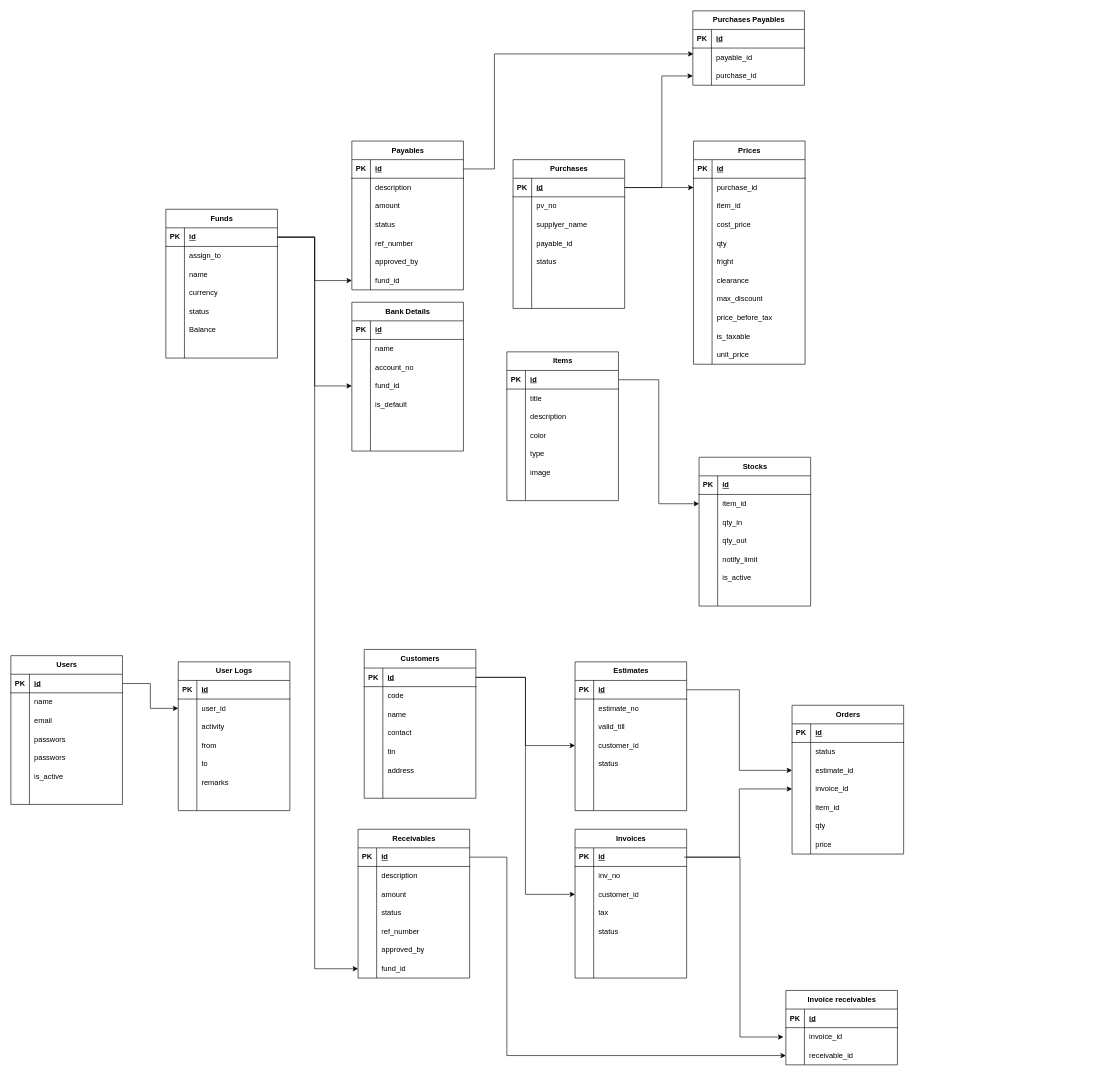
This is Untitled Diagram.drawio from RILBERRY/wbs, a draw.io file, before an edit. Source tidied: cells renumbered, new cells numbered last; positions are measured from the earlier drawing's top-left corner, leaving out a move shared by most shapes. Both pictures are drawn from the tidied source at 62%, with x=0, y=0 at pixel (11, 11).
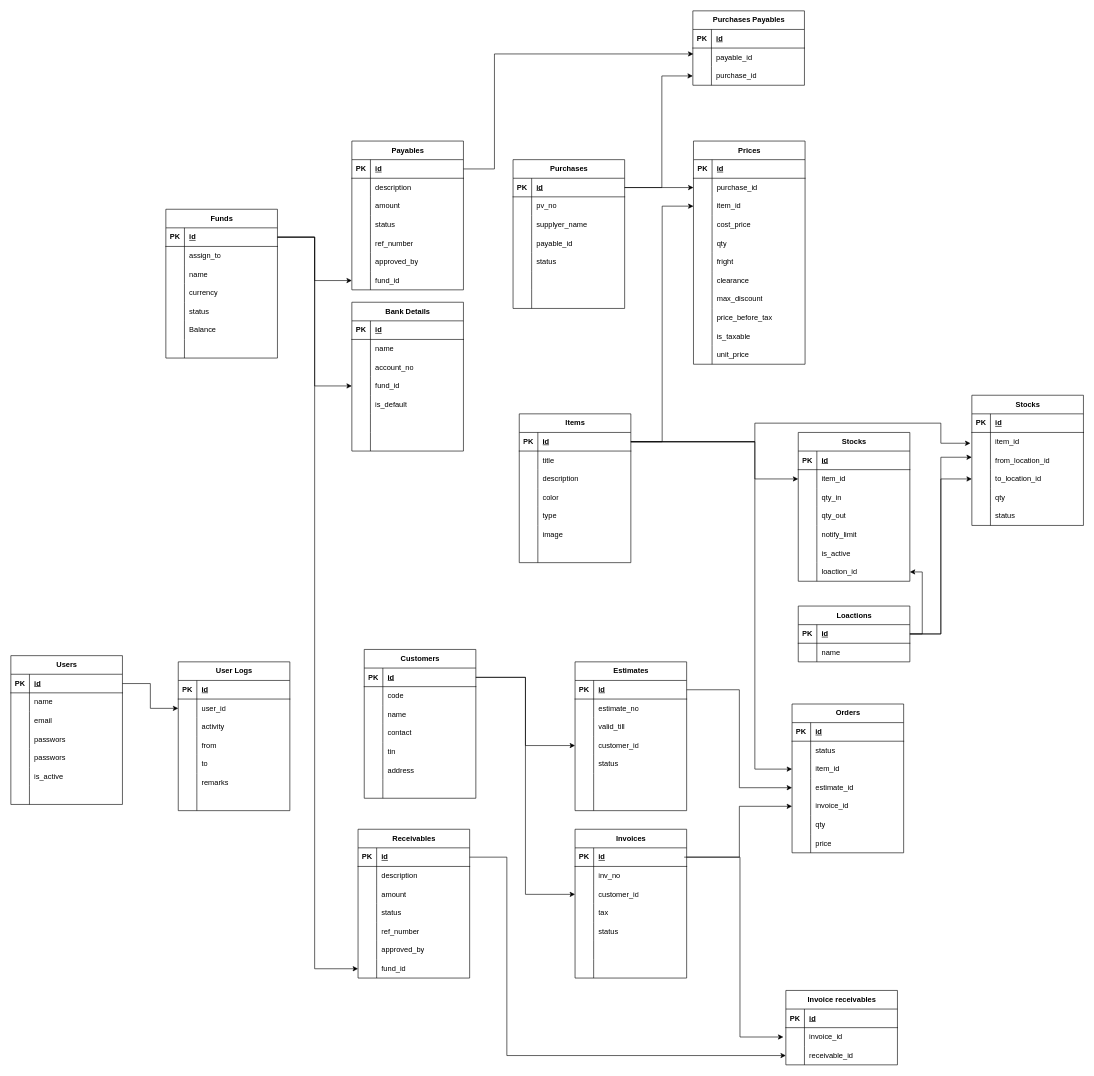
The same page after the edit.

The change refers to these unchanged cells:
```xml
<mxCell id="47" style="shape=tableRow;horizontal=0;startSize=0;swimlaneHead=0;swimlaneBody=0;fillColor=none;points=[[0,0.5],[1,0.5]];portConstraint=eastwest;top=0;left=0;right=0;bottom=1;" parent="46" vertex="1">
  <mxGeometry y="30" width="180" height="30" as="geometry" />
</mxCell>
<mxCell id="119" style="shape=tableRow;horizontal=0;startSize=0;swimlaneHead=0;swimlaneBody=0;fillColor=none;points=[[0,0.5],[1,0.5]];portConstraint=eastwest;top=0;left=0;right=0;bottom=0;" parent="112" vertex="1">
  <mxGeometry y="90" width="180" height="30" as="geometry" />
</mxCell>
<mxCell id="238" style="shape=tableRow;horizontal=0;startSize=0;swimlaneHead=0;swimlaneBody=0;fillColor=none;points=[[0,0.5],[1,0.5]];portConstraint=eastwest;top=0;left=0;right=0;bottom=0;" parent="234" vertex="1">
  <mxGeometry y="60" width="180" height="30" as="geometry" />
</mxCell>
<mxCell id="253" style="shape=tableRow;horizontal=0;startSize=0;swimlaneHead=0;swimlaneBody=0;fillColor=none;points=[[0,0.5],[1,0.5]];portConstraint=eastwest;top=0;left=0;right=0;bottom=0;" parent="234" vertex="1">
  <mxGeometry y="210" width="180" height="30" as="geometry" />
</mxCell>
```

The edit, as a diff of the source:
```diff
@@
     <mxCell id="46" value="Items" style="shape=table;startSize=30;childLayout=tableLayout;rowLines=0;fontStyle=1;align=center;html=1;" parent="1" vertex="1">
-      <mxGeometry x="800" y="550" width="180" height="240" as="geometry" />
+      <mxGeometry x="820" y="650" width="180" height="240" as="geometry" />
     </mxCell>
@@
     <mxCell id="212" value="Orders" style="shape=table;startSize=30;childLayout=tableLayout;rowLines=0;fontStyle=1;align=center;html=1;" parent="1" vertex="1">
-      <mxGeometry x="1260" y="1120" width="180" height="240" as="geometry" />
+      <mxGeometry x="1260" y="1118" width="180" height="240" as="geometry" />
     </mxCell>
@@
+    <mxCell id="225" style="shape=tableRow;horizontal=0;startSize=0;swimlaneHead=0;swimlaneBody=0;fillColor=none;points=[[0,0.5],[1,0.5]];portConstraint=eastwest;top=0;left=0;right=0;bottom=0;" parent="212" vertex="1">
+      <mxGeometry y="90" width="180" height="30" as="geometry" />
+    </mxCell>
+    <mxCell id="226" style="shape=partialRectangle;fillColor=none;top=0;left=0;bottom=0;right=0;overflow=hidden;whiteSpace=wrap;html=1;" parent="225" vertex="1">
+      <mxGeometry width="30" height="30" as="geometry" />
+    </mxCell>
+    <mxCell id="227" value="item_id" style="shape=partialRectangle;fillColor=none;top=0;left=0;bottom=0;right=0;align=left;spacingLeft=6;overflow=hidden;whiteSpace=wrap;html=1;" parent="225" vertex="1">
+      <mxGeometry x="30" width="150" height="30" as="geometry" />
+    </mxCell>
     <mxCell id="219" style="shape=tableRow;horizontal=0;startSize=0;swimlaneHead=0;swimlaneBody=0;fillColor=none;points=[[0,0.5],[1,0.5]];portConstraint=eastwest;top=0;left=0;right=0;bottom=0;" parent="212" vertex="1">
-      <mxGeometry y="90" width="180" height="30" as="geometry" />
+      <mxGeometry y="120" width="180" height="30" as="geometry" />
     </mxCell>
@@
     <mxCell id="222" style="shape=tableRow;horizontal=0;startSize=0;swimlaneHead=0;swimlaneBody=0;fillColor=none;points=[[0,0.5],[1,0.5]];portConstraint=eastwest;top=0;left=0;right=0;bottom=0;" parent="212" vertex="1">
-      <mxGeometry y="120" width="180" height="30" as="geometry" />
+      <mxGeometry y="150" width="180" height="30" as="geometry" />
     </mxCell>
@@
-    <mxCell id="225" style="shape=tableRow;horizontal=0;startSize=0;swimlaneHead=0;swimlaneBody=0;fillColor=none;points=[[0,0.5],[1,0.5]];portConstraint=eastwest;top=0;left=0;right=0;bottom=0;" parent="212" vertex="1">
-      <mxGeometry y="150" width="180" height="30" as="geometry" />
-    </mxCell>
-    <mxCell id="226" style="shape=partialRectangle;fillColor=none;top=0;left=0;bottom=0;right=0;overflow=hidden;whiteSpace=wrap;html=1;" parent="225" vertex="1">
-      <mxGeometry width="30" height="30" as="geometry" />
-    </mxCell>
-    <mxCell id="227" value="item_id" style="shape=partialRectangle;fillColor=none;top=0;left=0;bottom=0;right=0;align=left;spacingLeft=6;overflow=hidden;whiteSpace=wrap;html=1;" parent="225" vertex="1">
-      <mxGeometry x="30" width="150" height="30" as="geometry" />
-    </mxCell>
@@
     <mxCell id="234" value="Stocks" style="shape=table;startSize=30;childLayout=tableLayout;rowLines=0;fontStyle=1;align=center;html=1;" parent="1" vertex="1">
-      <mxGeometry x="1110" y="720" width="180" height="240" as="geometry" />
+      <mxGeometry x="1270" y="680" width="180" height="240" as="geometry" />
     </mxCell>
@@
-    <mxCell id="255" style="shape=partialRectangle;fillColor=none;top=0;left=0;bottom=0;right=0;align=left;spacingLeft=6;overflow=hidden;whiteSpace=wrap;html=1;" parent="253" vertex="1">
+    <mxCell id="255" value="loaction_id" style="shape=partialRectangle;fillColor=none;top=0;left=0;bottom=0;right=0;align=left;spacingLeft=6;overflow=hidden;whiteSpace=wrap;html=1;" parent="253" vertex="1">
       <mxGeometry x="30" width="150" height="30" as="geometry" />
     </mxCell>
@@
     <mxCell id="283" style="edgeStyle=orthogonalEdgeStyle;rounded=0;jettySize=auto;html=1;exitX=1;exitY=0.5;exitDx=0;exitDy=0;" parent="1" edge="1" source="47" target="238">
-      <mxGeometry relative="1" as="geometry" />
+      <mxGeometry relative="1" as="geometry">
+        <Array as="points">
+          <mxPoint x="1200" y="695" />
+          <mxPoint x="1200" y="755" />
+        </Array>
+      </mxGeometry>
     </mxCell>
@@
+    <mxCell id="356" style="edgeStyle=orthogonalEdgeStyle;rounded=0;jettySize=auto;html=1;exitX=1;exitY=0.5;exitDx=0;exitDy=0;entryX=0;entryY=0.5;entryDx=0;entryDy=0;" parent="1" edge="1" source="47" target="119">
+      <mxGeometry relative="1" as="geometry" />
+    </mxCell>
+    <mxCell id="357" style="edgeStyle=orthogonalEdgeStyle;rounded=0;jettySize=auto;html=1;exitX=1;exitY=0.5;exitDx=0;exitDy=0;entryX=0;entryY=0.5;entryDx=0;entryDy=0;" parent="1" edge="1" source="47" target="225">
+      <mxGeometry relative="1" as="geometry">
+        <Array as="points">
+          <mxPoint x="1200" y="695" />
+          <mxPoint x="1200" y="1223" />
+        </Array>
+      </mxGeometry>
+    </mxCell>
+    <mxCell id="358" value="Loactions" style="shape=table;startSize=30;childLayout=tableLayout;rowLines=0;fontStyle=1;align=center;html=1;" parent="1" vertex="1">
+      <mxGeometry x="1270" y="960" width="180" height="90" as="geometry" />
+    </mxCell>
+    <mxCell id="359" style="shape=tableRow;horizontal=0;startSize=0;swimlaneHead=0;swimlaneBody=0;fillColor=none;points=[[0,0.5],[1,0.5]];portConstraint=eastwest;top=0;left=0;right=0;bottom=1;" parent="358" vertex="1">
+      <mxGeometry y="30" width="180" height="30" as="geometry" />
+    </mxCell>
+    <mxCell id="360" value="PK" style="shape=partialRectangle;fillColor=none;top=0;left=0;bottom=0;right=0;fontStyle=1;overflow=hidden;whiteSpace=wrap;html=1;" parent="359" vertex="1">
+      <mxGeometry width="30" height="30" as="geometry" />
+    </mxCell>
+    <mxCell id="361" value="id" style="shape=partialRectangle;fillColor=none;top=0;left=0;bottom=0;right=0;align=left;spacingLeft=6;fontStyle=5;overflow=hidden;whiteSpace=wrap;html=1;" parent="359" vertex="1">
+      <mxGeometry x="30" width="150" height="30" as="geometry" />
+    </mxCell>
+    <mxCell id="362" style="shape=tableRow;horizontal=0;startSize=0;swimlaneHead=0;swimlaneBody=0;fillColor=none;top=0;left=0;right=0;bottom=0;" parent="358" vertex="1">
+      <mxGeometry y="60" width="180" height="30" as="geometry" />
+    </mxCell>
+    <mxCell id="363" style="shape=partialRectangle;fillColor=none;top=0;left=0;bottom=0;right=0;overflow=hidden;whiteSpace=wrap;html=1;" parent="362" vertex="1">
+      <mxGeometry width="30" height="30" as="geometry" />
+    </mxCell>
+    <mxCell id="364" value="name&lt;span style=&quot;white-space: pre;&quot;&gt;&#9;&lt;/span&gt;&lt;span style=&quot;white-space: pre;&quot;&gt;&#9;&lt;/span&gt;" style="shape=partialRectangle;fillColor=none;top=0;left=0;bottom=0;right=0;align=left;spacingLeft=6;overflow=hidden;whiteSpace=wrap;html=1;" parent="362" vertex="1">
+      <mxGeometry x="30" width="150" height="30" as="geometry" />
+    </mxCell>
+    <mxCell id="365" style="edgeStyle=orthogonalEdgeStyle;rounded=0;jettySize=auto;html=1;exitX=1;exitY=0.5;exitDx=0;exitDy=0;entryX=1;entryY=0.5;entryDx=0;entryDy=0;" parent="1" edge="1" source="359" target="253">
+      <mxGeometry relative="1" as="geometry" />
+    </mxCell>
+    <mxCell id="366" value="Stocks" style="shape=table;startSize=30;childLayout=tableLayout;rowLines=0;fontStyle=1;align=center;html=1;" parent="1" vertex="1">
+      <mxGeometry x="1550" y="620" width="180" height="210" as="geometry" />
+    </mxCell>
+    <mxCell id="367" style="shape=tableRow;horizontal=0;startSize=0;swimlaneHead=0;swimlaneBody=0;fillColor=none;top=0;left=0;right=0;bottom=1;" parent="366" vertex="1">
+      <mxGeometry y="30" width="180" height="30" as="geometry" />
+    </mxCell>
+    <mxCell id="368" value="PK" style="shape=partialRectangle;fillColor=none;top=0;left=0;bottom=0;right=0;fontStyle=1;overflow=hidden;whiteSpace=wrap;html=1;" parent="367" vertex="1">
+      <mxGeometry width="30" height="30" as="geometry" />
+    </mxCell>
+    <mxCell id="369" value="id" style="shape=partialRectangle;fillColor=none;top=0;left=0;bottom=0;right=0;align=left;spacingLeft=6;fontStyle=5;overflow=hidden;whiteSpace=wrap;html=1;" parent="367" vertex="1">
+      <mxGeometry x="30" width="150" height="30" as="geometry" />
+    </mxCell>
+    <mxCell id="370" style="shape=tableRow;horizontal=0;startSize=0;swimlaneHead=0;swimlaneBody=0;fillColor=none;points=[[0,0.5],[1,0.5]];portConstraint=eastwest;top=0;left=0;right=0;bottom=0;" parent="366" vertex="1">
+      <mxGeometry y="60" width="180" height="30" as="geometry" />
+    </mxCell>
+    <mxCell id="371" style="shape=partialRectangle;fillColor=none;top=0;left=0;bottom=0;right=0;overflow=hidden;whiteSpace=wrap;html=1;" parent="370" vertex="1">
+      <mxGeometry width="30" height="30" as="geometry" />
+    </mxCell>
+    <mxCell id="372" value="item_id" style="shape=partialRectangle;fillColor=none;top=0;left=0;bottom=0;right=0;align=left;spacingLeft=6;overflow=hidden;whiteSpace=wrap;html=1;" parent="370" vertex="1">
+      <mxGeometry x="30" width="150" height="30" as="geometry" />
+    </mxCell>
+    <mxCell id="373" style="shape=tableRow;horizontal=0;startSize=0;swimlaneHead=0;swimlaneBody=0;fillColor=none;points=[[0,0.5],[1,0.5]];portConstraint=eastwest;top=0;left=0;right=0;bottom=0;" parent="366" vertex="1">
+      <mxGeometry y="90" width="180" height="30" as="geometry" />
+    </mxCell>
+    <mxCell id="374" style="shape=partialRectangle;fillColor=none;top=0;left=0;bottom=0;right=0;overflow=hidden;whiteSpace=wrap;html=1;" parent="373" vertex="1">
+      <mxGeometry width="30" height="30" as="geometry" />
+    </mxCell>
+    <mxCell id="375" value="from_location_id" style="shape=partialRectangle;fillColor=none;top=0;left=0;bottom=0;right=0;align=left;spacingLeft=6;overflow=hidden;whiteSpace=wrap;html=1;" parent="373" vertex="1">
+      <mxGeometry x="30" width="150" height="30" as="geometry" />
+    </mxCell>
+    <mxCell id="376" style="shape=tableRow;horizontal=0;startSize=0;swimlaneHead=0;swimlaneBody=0;fillColor=none;points=[[0,0.5],[1,0.5]];portConstraint=eastwest;top=0;left=0;right=0;bottom=0;" parent="366" vertex="1">
+      <mxGeometry y="120" width="180" height="30" as="geometry" />
+    </mxCell>
+    <mxCell id="377" style="shape=partialRectangle;fillColor=none;top=0;left=0;bottom=0;right=0;overflow=hidden;whiteSpace=wrap;html=1;" parent="376" vertex="1">
+      <mxGeometry width="30" height="30" as="geometry" />
+    </mxCell>
+    <mxCell id="378" value="to_location_id" style="shape=partialRectangle;fillColor=none;top=0;left=0;bottom=0;right=0;align=left;spacingLeft=6;overflow=hidden;whiteSpace=wrap;html=1;" parent="376" vertex="1">
+      <mxGeometry x="30" width="150" height="30" as="geometry" />
+    </mxCell>
+    <mxCell id="379" style="shape=tableRow;horizontal=0;startSize=0;swimlaneHead=0;swimlaneBody=0;fillColor=none;top=0;left=0;right=0;bottom=0;" parent="366" vertex="1">
+      <mxGeometry y="150" width="180" height="30" as="geometry" />
+    </mxCell>
+    <mxCell id="380" style="shape=partialRectangle;fillColor=none;top=0;left=0;bottom=0;right=0;overflow=hidden;whiteSpace=wrap;html=1;" parent="379" vertex="1">
+      <mxGeometry width="30" height="30" as="geometry" />
+    </mxCell>
+    <mxCell id="381" value="qty" style="shape=partialRectangle;fillColor=none;top=0;left=0;bottom=0;right=0;align=left;spacingLeft=6;overflow=hidden;whiteSpace=wrap;html=1;" parent="379" vertex="1">
+      <mxGeometry x="30" width="150" height="30" as="geometry" />
+    </mxCell>
+    <mxCell id="382" style="shape=tableRow;horizontal=0;startSize=0;swimlaneHead=0;swimlaneBody=0;fillColor=none;top=0;left=0;right=0;bottom=0;" parent="366" vertex="1">
+      <mxGeometry y="180" width="180" height="30" as="geometry" />
+    </mxCell>
+    <mxCell id="383" style="shape=partialRectangle;fillColor=none;top=0;left=0;bottom=0;right=0;overflow=hidden;whiteSpace=wrap;html=1;" parent="382" vertex="1">
+      <mxGeometry width="30" height="30" as="geometry" />
+    </mxCell>
+    <mxCell id="384" value="status" style="shape=partialRectangle;fillColor=none;top=0;left=0;bottom=0;right=0;align=left;spacingLeft=6;overflow=hidden;whiteSpace=wrap;html=1;" parent="382" vertex="1">
+      <mxGeometry x="30" width="150" height="30" as="geometry" />
+    </mxCell>
+    <mxCell id="385" style="edgeStyle=orthogonalEdgeStyle;rounded=0;jettySize=auto;html=1;exitX=1;exitY=0.5;exitDx=0;exitDy=0;entryX=-0.013;entryY=0.58;entryDx=0;entryDy=0;entryPerimeter=0;" parent="1" edge="1" source="47" target="370">
+      <mxGeometry relative="1" as="geometry">
+        <Array as="points">
+          <mxPoint x="1200" y="695" />
+          <mxPoint x="1200" y="665" />
+          <mxPoint x="1500" y="665" />
+          <mxPoint x="1500" y="697" />
+        </Array>
+      </mxGeometry>
+    </mxCell>
+    <mxCell id="386" style="edgeStyle=orthogonalEdgeStyle;rounded=0;jettySize=auto;html=1;exitX=1;exitY=0.5;exitDx=0;exitDy=0;entryX=0;entryY=0.333;entryDx=0;entryDy=0;entryPerimeter=0;" parent="1" edge="1" source="359" target="373">
+      <mxGeometry relative="1" as="geometry" />
+    </mxCell>
+    <mxCell id="387" style="edgeStyle=orthogonalEdgeStyle;rounded=0;jettySize=auto;html=1;exitX=1;exitY=0.5;exitDx=0;exitDy=0;" parent="1" edge="1" source="359" target="376">
+      <mxGeometry relative="1" as="geometry" />
+    </mxCell>
```
